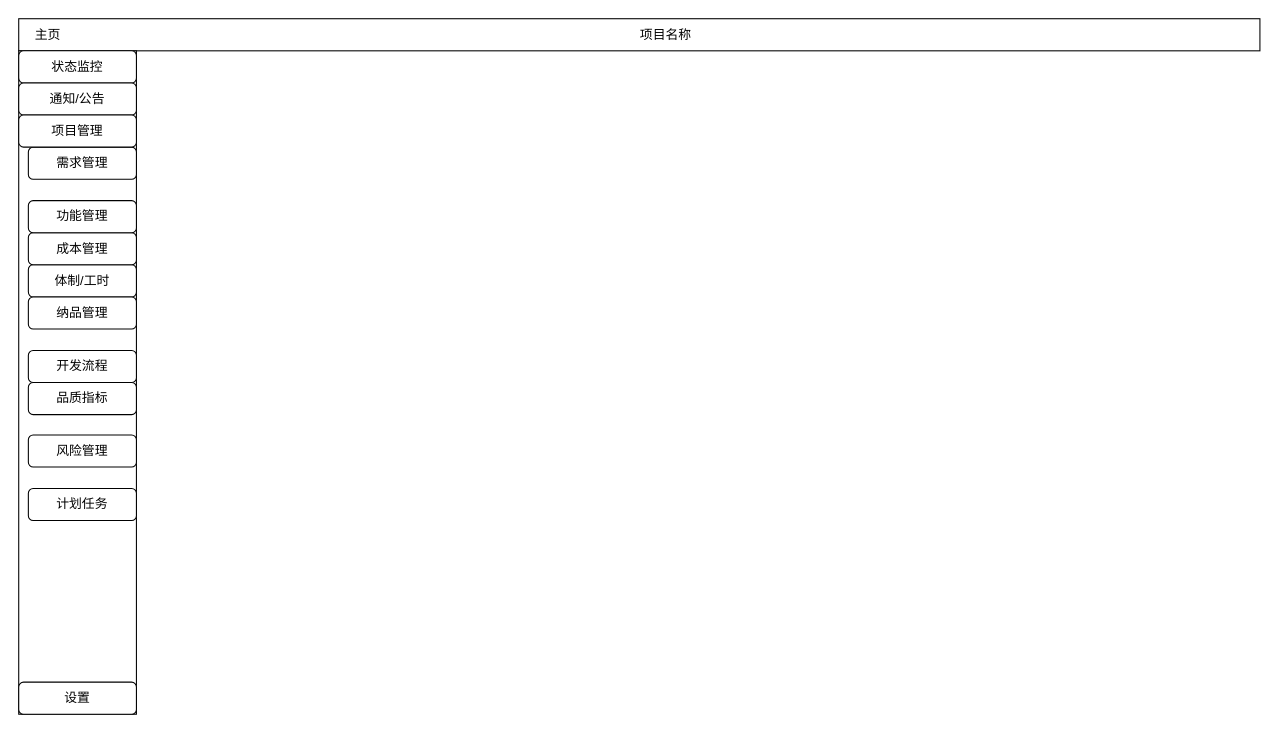
Earlier version of the draw.io diagram page "pm-project-detail" (4 of 23) of project-in-action/software-develop-management-system/doc/design/ui/sdms.drawio (callistoctopus/project-all-in-one). Source tidied: cells renumbered, new cells numbered last; positions are measured from the earlier drawing's top-left corner, leaving out a move shared by most shapes. Both pictures are drawn from the tidied source at 107%, with x=0, y=0 at pixel (18, 18).
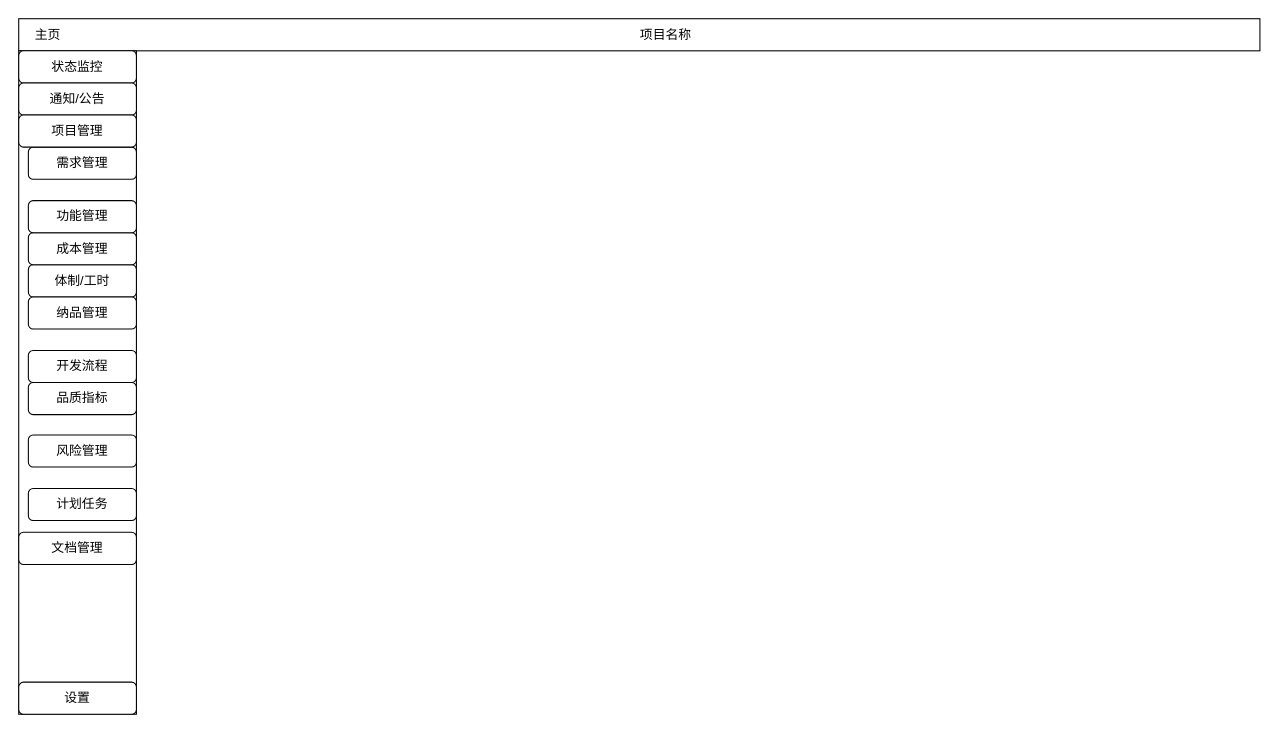
After the change.

Diff of the diagram source:
```diff
@@
 <mxGraphModel>
   <root>
     <mxCell id="0" />
     <mxCell id="1" parent="0" />
     <mxCell id="2" style="whiteSpace=wrap;html=1;" parent="1" vertex="1">
       <mxGeometry width="1160" height="30" as="geometry" />
     </mxCell>
     <mxCell id="3" style="rounded=0;whiteSpace=wrap;html=1;" parent="1" vertex="1">
       <mxGeometry y="30" width="110" height="620" as="geometry" />
     </mxCell>
     <mxCell id="4" value="状态监控" style="rounded=1;whiteSpace=wrap;html=1;" parent="1" vertex="1">
       <mxGeometry y="30" width="110" height="30" as="geometry" />
     </mxCell>
     <mxCell id="5" value="计划任务" style="rounded=1;whiteSpace=wrap;html=1;" parent="1" vertex="1">
       <mxGeometry x="9" y="439" width="101" height="30" as="geometry" />
     </mxCell>
     <mxCell id="6" value="开发流程" style="rounded=1;whiteSpace=wrap;html=1;" parent="1" vertex="1">
       <mxGeometry x="9" y="310" width="101" height="30" as="geometry" />
     </mxCell>
     <mxCell id="7" value="体制/工时" style="rounded=1;whiteSpace=wrap;html=1;" parent="1" vertex="1">
       <mxGeometry x="9" y="230" width="101" height="30" as="geometry" />
     </mxCell>
     <mxCell id="8" value="品质指标" style="rounded=1;whiteSpace=wrap;html=1;" parent="1" vertex="1">
       <mxGeometry x="9" y="340" width="101" height="30" as="geometry" />
     </mxCell>
     <mxCell id="9" value="风险管理" style="rounded=1;whiteSpace=wrap;html=1;" parent="1" vertex="1">
       <mxGeometry x="9" y="389" width="101" height="30" as="geometry" />
     </mxCell>
     <mxCell id="10" value="成本管理" style="rounded=1;whiteSpace=wrap;html=1;" parent="1" vertex="1">
       <mxGeometry x="9" y="200" width="101" height="30" as="geometry" />
     </mxCell>
     <mxCell id="11" value="通知/公告" style="rounded=1;whiteSpace=wrap;html=1;" parent="1" vertex="1">
       <mxGeometry y="60" width="110" height="30" as="geometry" />
     </mxCell>
     <mxCell id="12" value="设置" style="rounded=1;whiteSpace=wrap;html=1;" parent="1" vertex="1">
       <mxGeometry y="620" width="110" height="30" as="geometry" />
     </mxCell>
     <mxCell id="13" value="主页" style="text;html=1;strokeColor=none;fillColor=none;align=center;verticalAlign=middle;whiteSpace=wrap;rounded=0;" parent="1" vertex="1">
       <mxGeometry y="5" width="55" height="20" as="geometry" />
     </mxCell>
     <mxCell id="14" value="项目名称" style="text;html=1;strokeColor=none;fillColor=none;align=center;verticalAlign=middle;whiteSpace=wrap;rounded=0;" parent="1" vertex="1">
       <mxGeometry x="530" y="5" width="150" height="20" as="geometry" />
     </mxCell>
     <mxCell id="15" value="功能管理" style="rounded=1;whiteSpace=wrap;html=1;" parent="1" vertex="1">
       <mxGeometry x="9" y="170" width="101" height="30" as="geometry" />
     </mxCell>
     <mxCell id="16" value="需求管理" style="rounded=1;whiteSpace=wrap;html=1;" parent="1" vertex="1">
       <mxGeometry x="9" y="120" width="101" height="30" as="geometry" />
     </mxCell>
     <mxCell id="17" value="纳品管理" style="rounded=1;whiteSpace=wrap;html=1;" parent="1" vertex="1">
       <mxGeometry x="9" y="260" width="101" height="30" as="geometry" />
     </mxCell>
     <mxCell id="18" value="项目管理" style="rounded=1;whiteSpace=wrap;html=1;" parent="1" vertex="1">
       <mxGeometry y="90" width="110" height="30" as="geometry" />
     </mxCell>
+    <mxCell id="19" value="文档管理" style="rounded=1;whiteSpace=wrap;html=1;" parent="1" vertex="1">
+      <mxGeometry y="480" width="110" height="30" as="geometry" />
+    </mxCell>
   </root>
 </mxGraphModel>
```
